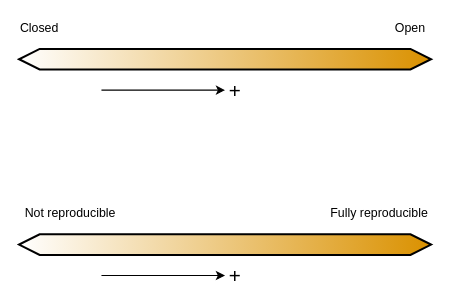
The draw.io diagram page "Spectrum Reproducibility" (1 of 2) of au/2022-04-25/images/raw/figures.drawio in lwjohnst86/slides, before the edit. Source tidied: cells renumbered, new cells numbered last; positions are measured from the earlier drawing's top-left corner, leaving out a move shared by most shapes. Both pictures are drawn from the tidied source at 103%, with x=0, y=0 at pixel (19, 18).
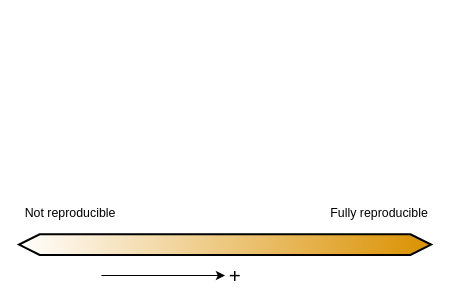
The same diagram, later.

What changed in the source:
```diff
@@
 <mxGraphModel>
   <root>
     <mxCell id="0" />
     <mxCell id="1" parent="0" />
-    <mxCell id="2" style="group;" parent="1" vertex="1">
-      <mxGeometry width="400" height="80" as="geometry" />
-    </mxCell>
-    <mxCell id="3" style="shape=hexagon;perimeter=hexagonPerimeter2;whiteSpace=wrap;html=1;fixedSize=1;strokeWidth=2;size=20;gradientColor=#da9100;gradientDirection=east;" parent="2" vertex="1">
-      <mxGeometry y="30" width="400" height="20" as="geometry" />
-    </mxCell>
-    <mxCell id="4" value="Closed" style="text;html=1;strokeColor=none;fillColor=none;align=center;verticalAlign=middle;whiteSpace=wrap;rounded=0;" parent="2" vertex="1">
-      <mxGeometry width="40" height="20" as="geometry" />
-    </mxCell>
-    <mxCell id="5" value="Open" style="text;html=1;strokeColor=none;fillColor=none;align=center;verticalAlign=middle;whiteSpace=wrap;rounded=0;" parent="2" vertex="1">
-      <mxGeometry x="360" width="40" height="20" as="geometry" />
-    </mxCell>
-    <mxCell id="6" style="endArrow=classic;html=1;rounded=0;" parent="2" edge="1">
-      <mxGeometry relative="1" as="geometry">
-        <mxPoint x="80" y="70" as="sourcePoint" />
-        <mxPoint x="200" y="70" as="targetPoint" />
-      </mxGeometry>
-    </mxCell>
-    <mxCell id="7" value="&lt;font style=&quot;font-size: 20px&quot;&gt;+&lt;/font&gt;" style="text;html=1;strokeColor=none;fillColor=none;align=center;verticalAlign=middle;whiteSpace=wrap;rounded=0;fontSize=12;" parent="2" vertex="1">
-      <mxGeometry x="200" y="60" width="20" height="20" as="geometry" />
-    </mxCell>
     <mxCell id="8" style="group;" parent="1" vertex="1">
       <mxGeometry y="180" width="400" height="80" as="geometry" />
     </mxCell>
     <mxCell id="9" style="shape=hexagon;perimeter=hexagonPerimeter2;whiteSpace=wrap;html=1;fixedSize=1;strokeWidth=2;size=20;gradientColor=#da9100;gradientDirection=east;" parent="8" vertex="1">
       <mxGeometry y="30" width="400" height="20" as="geometry" />
     </mxCell>
     <mxCell id="10" value="Not reproducible" style="text;html=1;strokeColor=none;fillColor=none;align=center;verticalAlign=middle;whiteSpace=wrap;rounded=0;" parent="8" vertex="1">
       <mxGeometry width="100" height="20" as="geometry" />
     </mxCell>
     <mxCell id="11" value="Fully reproducible" style="text;html=1;strokeColor=none;fillColor=none;align=center;verticalAlign=middle;whiteSpace=wrap;rounded=0;" parent="8" vertex="1">
       <mxGeometry x="300" width="100" height="20" as="geometry" />
     </mxCell>
     <mxCell id="12" style="endArrow=classic;html=1;rounded=0;" parent="8" edge="1">
       <mxGeometry relative="1" as="geometry">
         <mxPoint x="80" y="70" as="sourcePoint" />
         <mxPoint x="200" y="70" as="targetPoint" />
       </mxGeometry>
     </mxCell>
     <mxCell id="13" value="&lt;font style=&quot;font-size: 20px&quot;&gt;+&lt;/font&gt;" style="text;html=1;strokeColor=none;fillColor=none;align=center;verticalAlign=middle;whiteSpace=wrap;rounded=0;fontSize=12;" parent="8" vertex="1">
       <mxGeometry x="200" y="60" width="20" height="20" as="geometry" />
     </mxCell>
   </root>
 </mxGraphModel>
```
